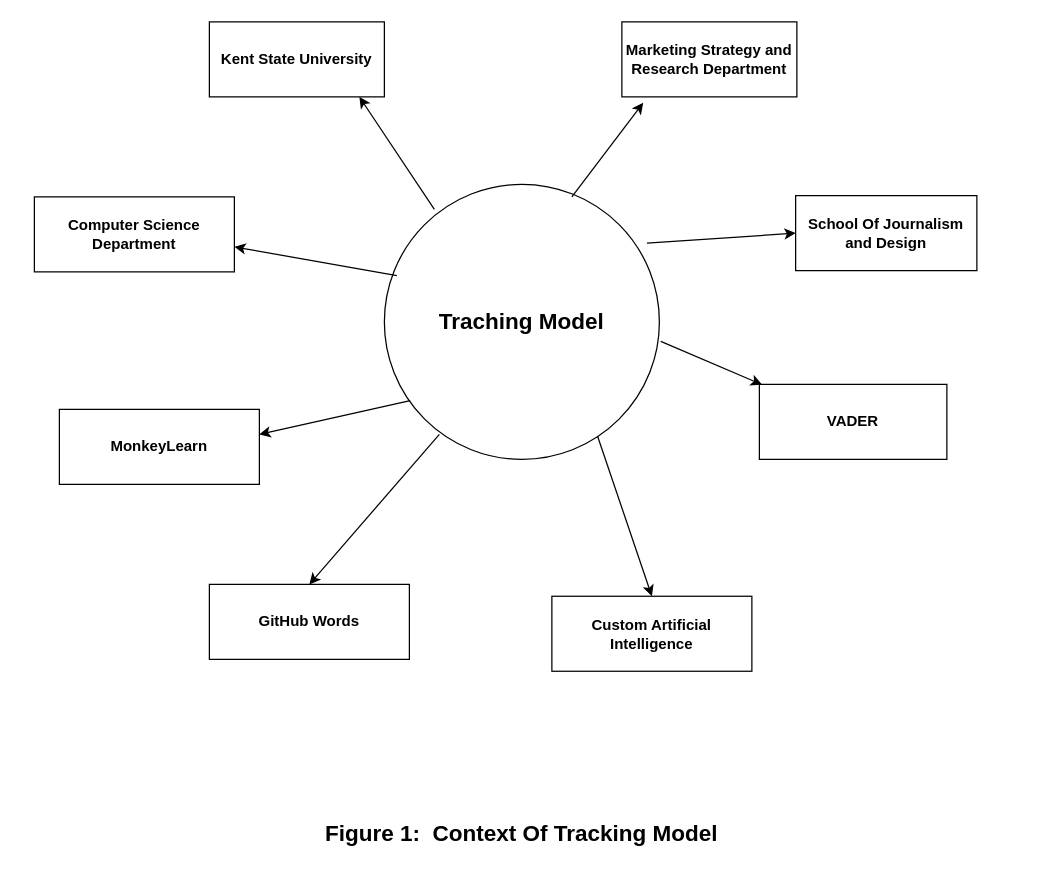
Before: docs/Diagrams/Context Diagram/context_Diagram_TrackingModel.drawio in matmill5/sentiment-analysis, a draw.io diagram. Source tidied: cells renumbered, new cells numbered last; positions are measured from the earlier drawing's top-left corner, leaving out a move shared by most shapes. Both pictures are drawn from the tidied source at 125%, with x=0, y=0 at pixel (21, 21).
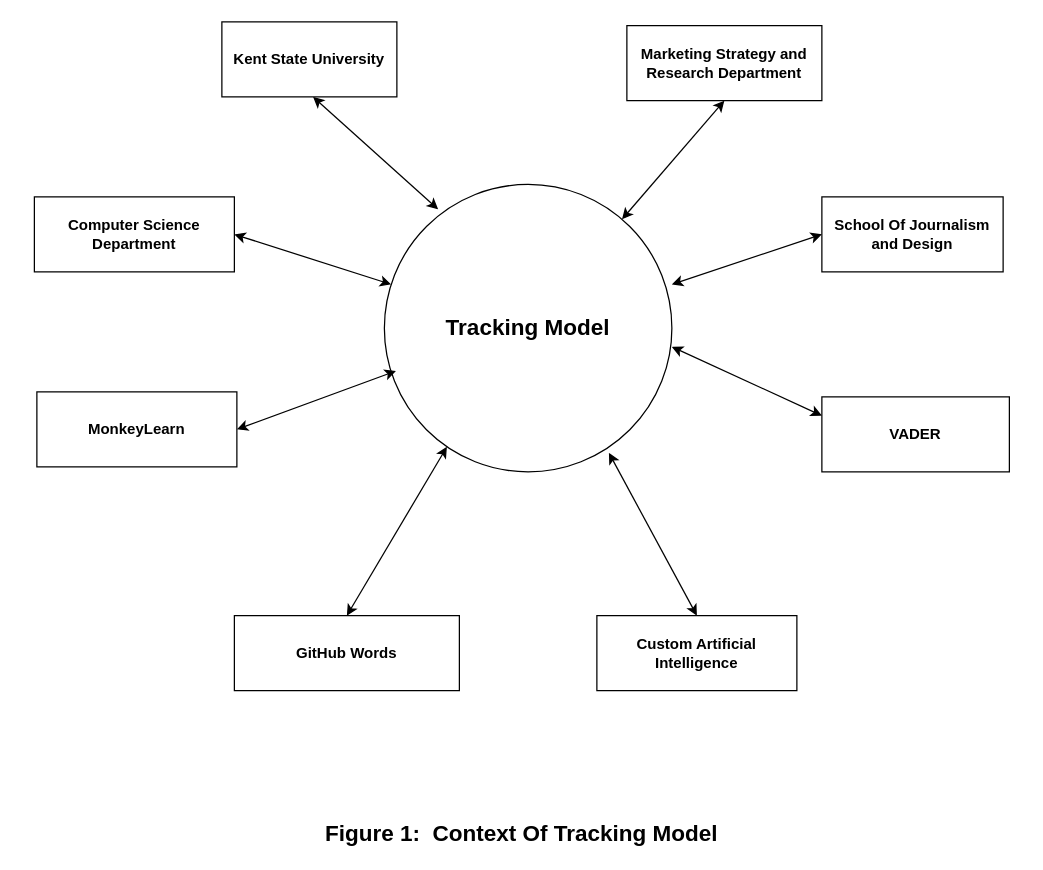
The same page after the edit.

Commit message (it also covers changes not shown here):
Changed Context Diagram

Unchanged cells that the change refers to:
```xml
<mxCell id="4" value="&lt;b&gt;Computer Science Department&lt;/b&gt;" style="rounded=0;whiteSpace=wrap;html=1;" parent="1" vertex="1">
  <mxGeometry x="10" y="140" width="160" height="60" as="geometry" />
</mxCell>
```

Change to the diagram source:
```diff
@@
-    <mxCell id="2" value="&lt;font style=&quot;font-size: 18px&quot;&gt;&lt;b&gt;Traching Model&lt;/b&gt;&lt;/font&gt;" style="ellipse;whiteSpace=wrap;html=1;" parent="1" vertex="1">
-      <mxGeometry x="290" y="130" width="220" height="220" as="geometry" />
+    <mxCell id="2" value="&lt;font style=&quot;font-size: 18px&quot;&gt;&lt;b&gt;Tracking Model&lt;/b&gt;&lt;/font&gt;" style="ellipse;whiteSpace=wrap;html=1;" parent="1" vertex="1">
+      <mxGeometry x="290" y="130" width="230" height="230" as="geometry" />
     </mxCell>
     <mxCell id="3" value="&lt;b&gt;Kent State University&lt;/b&gt;" style="rounded=0;whiteSpace=wrap;html=1;" parent="1" vertex="1">
-      <mxGeometry x="150" width="140" height="60" as="geometry" />
+      <mxGeometry x="160" width="140" height="60" as="geometry" />
     </mxCell>
@@
     <mxCell id="5" value="&lt;b&gt;Marketing Strategy and Research Department&lt;/b&gt;" style="rounded=0;whiteSpace=wrap;html=1;" parent="1" vertex="1">
-      <mxGeometry x="480" width="140" height="60" as="geometry" />
+      <mxGeometry x="484" y="3" width="156" height="60" as="geometry" />
     </mxCell>
     <mxCell id="6" value="&lt;b&gt;VADER&lt;/b&gt;" style="rounded=0;whiteSpace=wrap;html=1;" parent="1" vertex="1">
-      <mxGeometry x="590" y="290" width="150" height="60" as="geometry" />
+      <mxGeometry x="640" y="300" width="150" height="60" as="geometry" />
     </mxCell>
     <mxCell id="7" value="&lt;b&gt;MonkeyLearn&lt;/b&gt;" style="rounded=0;whiteSpace=wrap;html=1;" parent="1" vertex="1">
-      <mxGeometry x="30" y="310" width="160" height="60" as="geometry" />
+      <mxGeometry x="12" y="296" width="160" height="60" as="geometry" />
     </mxCell>
     <mxCell id="8" value="&lt;b&gt;School Of Journalism and Design&lt;/b&gt;" style="rounded=0;whiteSpace=wrap;html=1;" parent="1" vertex="1">
-      <mxGeometry x="619" y="139" width="145" height="60" as="geometry" />
+      <mxGeometry x="640" y="140" width="145" height="60" as="geometry" />
     </mxCell>
     <mxCell id="9" value="&lt;b&gt;Custom Artificial Intelligence&lt;/b&gt;" style="rounded=0;whiteSpace=wrap;html=1;" parent="1" vertex="1">
-      <mxGeometry x="424" y="459.5" width="160" height="60" as="geometry" />
+      <mxGeometry x="460" y="475" width="160" height="60" as="geometry" />
     </mxCell>
     <mxCell id="10" value="&lt;b&gt;GitHub Words&lt;/b&gt;" style="rounded=0;whiteSpace=wrap;html=1;" parent="1" vertex="1">
-      <mxGeometry x="150" y="450" width="160" height="60" as="geometry" />
+      <mxGeometry x="170" y="475" width="180" height="60" as="geometry" />
     </mxCell>
-    <mxCell id="11" style="endArrow=classic;html=1;" parent="1" edge="1">
-      <mxGeometry relative="1" as="geometry">
-        <mxPoint x="300" y="203" as="sourcePoint" />
-        <mxPoint x="170" y="180" as="targetPoint" />
-      </mxGeometry>
-    </mxCell>
-    <mxCell id="12" style="endArrow=classic;html=1;" parent="1" edge="1">
-      <mxGeometry relative="1" as="geometry">
-        <mxPoint x="330" y="150" as="sourcePoint" />
-        <mxPoint x="270" y="60" as="targetPoint" />
-      </mxGeometry>
-    </mxCell>
-    <mxCell id="13" style="endArrow=classic;html=1;entryX=0.122;entryY=1.078;entryDx=0;entryDy=0;entryPerimeter=0;" parent="1" edge="1" target="5">
-      <mxGeometry relative="1" as="geometry">
-        <mxPoint x="440" y="140" as="sourcePoint" />
-      </mxGeometry>
-    </mxCell>
-    <mxCell id="14" style="endArrow=classic;html=1;entryX=0;entryY=0.5;entryDx=0;entryDy=0;" parent="1" edge="1" target="8">
-      <mxGeometry relative="1" as="geometry">
-        <mxPoint x="500" y="177" as="sourcePoint" />
-      </mxGeometry>
-    </mxCell>
-    <mxCell id="15" style="endArrow=classic;html=1;entryX=0.055;entryY=0.328;entryDx=0;entryDy=0;entryPerimeter=0;exitX=1.005;exitY=0.571;exitDx=0;exitDy=0;exitPerimeter=0;" parent="1" edge="1" source="2">
-      <mxGeometry relative="1" as="geometry">
-        <mxPoint x="592.1" y="290.2" as="targetPoint" />
-      </mxGeometry>
-    </mxCell>
-    <mxCell id="16" style="endArrow=classic;html=1;entryX=0.5;entryY=0;entryDx=0;entryDy=0;" parent="1" edge="1" target="10">
-      <mxGeometry relative="1" as="geometry">
-        <mxPoint x="334" y="330" as="sourcePoint" />
-      </mxGeometry>
-    </mxCell>
-    <mxCell id="17" style="endArrow=classic;html=1;entryX=0.5;entryY=0;entryDx=0;entryDy=0;exitX=0.775;exitY=0.915;exitDx=0;exitDy=0;exitPerimeter=0;" parent="1" edge="1" source="2" target="9">
-      <mxGeometry relative="1" as="geometry" />
-    </mxCell>
-    <mxCell id="18" style="endArrow=classic;html=1;exitX=0.094;exitY=0.786;exitDx=0;exitDy=0;exitPerimeter=0;" parent="1" edge="1" source="2">
-      <mxGeometry relative="1" as="geometry">
-        <mxPoint x="190" y="330" as="targetPoint" />
-      </mxGeometry>
-    </mxCell>
@@
+    <mxCell id="20" style="endArrow=classic;startArrow=classic;html=1;exitX=0.5;exitY=0;exitDx=0;exitDy=0;" parent="1" edge="1" source="10">
+      <mxGeometry relative="1" as="geometry">
+        <mxPoint x="340" y="340" as="targetPoint" />
+      </mxGeometry>
+    </mxCell>
+    <mxCell id="21" style="endArrow=classic;startArrow=classic;html=1;exitX=1;exitY=0.5;exitDx=0;exitDy=0;entryX=0.04;entryY=0.649;entryDx=0;entryDy=0;entryPerimeter=0;" parent="1" edge="1" source="7" target="2">
+      <mxGeometry relative="1" as="geometry" />
+    </mxCell>
+    <mxCell id="22" style="endArrow=classic;startArrow=classic;html=1;exitX=1;exitY=0.5;exitDx=0;exitDy=0;" parent="1" edge="1" source="4" target="2">
+      <mxGeometry relative="1" as="geometry" />
+    </mxCell>
+    <mxCell id="23" style="endArrow=classic;startArrow=classic;html=1;entryX=0;entryY=0.5;entryDx=0;entryDy=0;" parent="1" edge="1" target="8">
+      <mxGeometry relative="1" as="geometry">
+        <mxPoint x="520" y="210" as="sourcePoint" />
+      </mxGeometry>
+    </mxCell>
+    <mxCell id="24" style="endArrow=classic;startArrow=classic;html=1;entryX=0;entryY=0.25;entryDx=0;entryDy=0;" parent="1" edge="1" target="6">
+      <mxGeometry relative="1" as="geometry">
+        <mxPoint x="520" y="260" as="sourcePoint" />
+      </mxGeometry>
+    </mxCell>
+    <mxCell id="25" style="endArrow=classic;startArrow=classic;html=1;exitX=0.5;exitY=0;exitDx=0;exitDy=0;entryX=0.781;entryY=0.934;entryDx=0;entryDy=0;entryPerimeter=0;" parent="1" edge="1" source="9" target="2">
+      <mxGeometry relative="1" as="geometry" />
+    </mxCell>
+    <mxCell id="26" style="endArrow=classic;startArrow=classic;html=1;entryX=0.5;entryY=1;entryDx=0;entryDy=0;" parent="1" edge="1">
+      <mxGeometry relative="1" as="geometry">
+        <mxPoint x="333" y="150" as="sourcePoint" />
+        <mxPoint x="233" y="60" as="targetPoint" />
+      </mxGeometry>
+    </mxCell>
+    <mxCell id="27" style="endArrow=classic;startArrow=classic;html=1;entryX=0.5;entryY=1;entryDx=0;entryDy=0;" parent="1" edge="1" source="2" target="5">
+      <mxGeometry relative="1" as="geometry" />
+    </mxCell>
```
